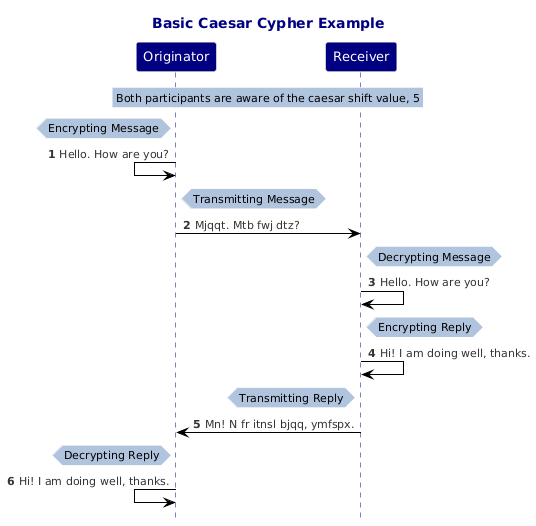
Above: GeneratingDiagrams/Diagrams/BasicCaesarCypherSequence.png in jbarbourmoore/Cryptography-Exploration (PlantUML), before the change. Its diagram source:
```plantuml
@startuml
!theme reddress-lightblue
hide footbox
title "Basic Caesar Cypher Example"
autonumber
skinparam maxMessageSize 200
skinparam NoteBackgroundColor LightSteelBlue
skinparam NoteBorderColor White
skinparam ParticipantBackgroundColor Navy
skinparam ParticipantFontColor White
skinparam ParticipantFontSize 13
skinparam TitleFontColor Navy
skinparam SequenceLifeLineBorderColor Navy
Participant "Originator"
Participant "Receiver"
rnote across : Both participants are aware of the caesar shift value, 5
hnote left of Originator: Encrypting Message
"Originator"<-"Originator": Hello. How are you?
hnote right of Originator: Transmitting Message
"Originator"->"Receiver": Mjqqt. Mtb fwj dtz?
hnote right of Receiver: Decrypting Message
"Receiver"->"Receiver": Hello. How are you?
hnote right of Receiver: Encrypting Reply
"Receiver"->"Receiver": Hi! I am doing well, thanks.
hnote left of Receiver: Transmitting Reply
"Receiver"->"Originator": Mn! N fr itnsl bjqq, ymfspx.
hnote left of Originator: Decrypting Reply
"Originator"<-"Originator": Hi! I am doing well, thanks.
@enduml
```
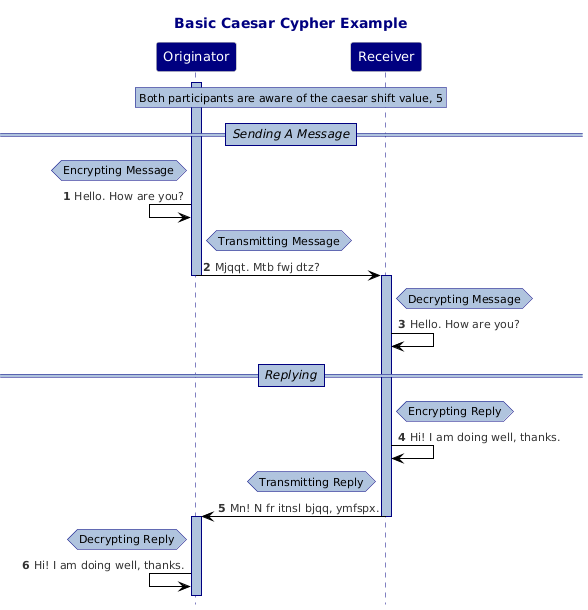
The same diagram one commit later.

Commit message:
Continued refining diagram for CaesarCypher

What changed in the source:
```diff
@@ -3,27 +3,40 @@
 hide footbox
 title "Basic Caesar Cypher Example"
 autonumber
-skinparam maxMessageSize 200
+skinparam maxMessageSize 300
 skinparam NoteBackgroundColor LightSteelBlue
-skinparam NoteBorderColor White
+skinparam NoteBorderColor Navy
 skinparam ParticipantBackgroundColor Navy
 skinparam ParticipantFontColor White
 skinparam ParticipantFontSize 13
 skinparam TitleFontColor Navy
 skinparam SequenceLifeLineBorderColor Navy
+skinparam SequenceLifeLineBackgroundColor LightSteelBlue
+skinparam SequenceDividerBorderThickness 1
+skinparam SequenceDividerBorderColor Navy
+skinparam SequenceDividerBackgroundColor LightSteelBlue
+skinparam SequenceDividerFontSize 12
+skinparam SequenceDividerFontStyle Italic
 Participant "Originator"
 Participant "Receiver"
 rnote across : Both participants are aware of the caesar shift value, 5
+==Sending A Message==
+Activate Originator
 hnote left of Originator: Encrypting Message
 "Originator"<-"Originator": Hello. How are you?
 hnote right of Originator: Transmitting Message
 "Originator"->"Receiver": Mjqqt. Mtb fwj dtz?
+Deactivate Originator
+Activate Receiver
 hnote right of Receiver: Decrypting Message
 "Receiver"->"Receiver": Hello. How are you?
+==Replying==
 hnote right of Receiver: Encrypting Reply
 "Receiver"->"Receiver": Hi! I am doing well, thanks.
 hnote left of Receiver: Transmitting Reply
 "Receiver"->"Originator": Mn! N fr itnsl bjqq, ymfspx.
+Deactivate Receiver
+Activate Originator
 hnote left of Originator: Decrypting Reply
 "Originator"<-"Originator": Hi! I am doing well, thanks.
 @enduml
```
